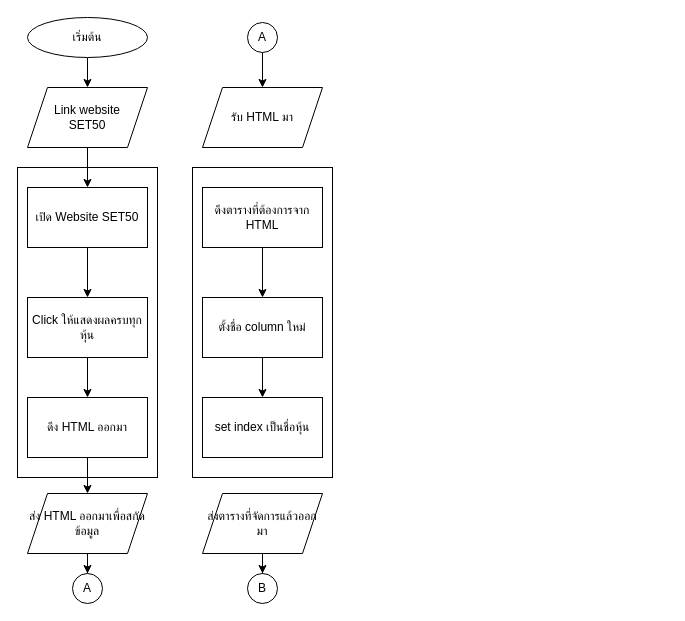
Earlier version of the draw.io diagram ThaiStock01.drawio (PrasertLoprasert/ThaiStock). Source tidied: cells renumbered, new cells numbered last; positions are measured from the earlier drawing's top-left corner, leaving out a move shared by most shapes. Both pictures are drawn from the tidied source at 100%, with x=0, y=0 at pixel (17, 17).
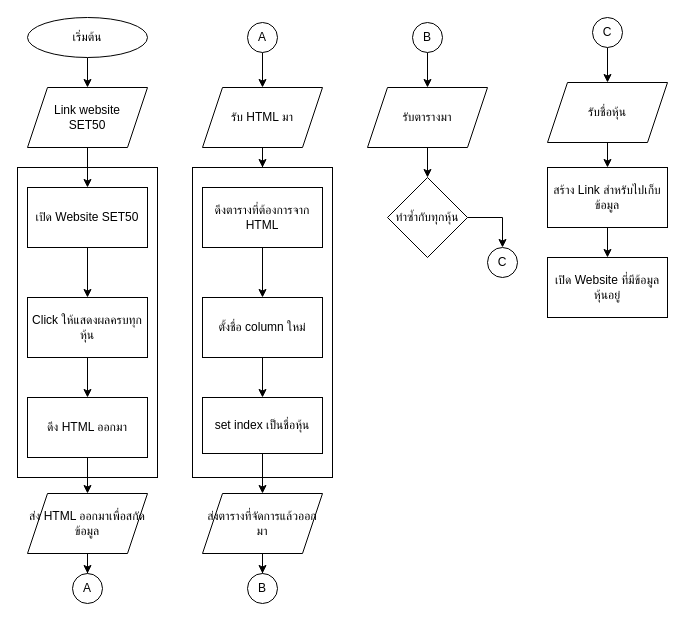
The same page after the edit.

Unchanged cells that the change refers to:
```xml
<mxCell id="18" value="รับ HTML มา" style="shape=parallelogram;perimeter=parallelogramPerimeter;whiteSpace=wrap;html=1;fixedSize=1;" parent="1" vertex="1">
  <mxGeometry x="185" y="70" width="120" height="60" as="geometry" />
</mxCell>
<mxCell id="19" style="rounded=0;whiteSpace=wrap;html=1;" parent="1" vertex="1">
  <mxGeometry x="175" y="150" width="140" height="310" as="geometry" />
</mxCell>
<mxCell id="27" value="ส่งตารางที่จัดการแล้วออกมา" style="shape=parallelogram;perimeter=parallelogramPerimeter;whiteSpace=wrap;html=1;fixedSize=1;rounded=0;" parent="1" vertex="1">
  <mxGeometry x="185" y="476" width="120" height="60" as="geometry" />
</mxCell>
```

The edit, as a diff of the source:
```diff
@@
+    <mxCell id="28" style="edgeStyle=orthogonalEdgeStyle;rounded=0;jettySize=auto;html=1;entryX=0.5;entryY=0;entryDx=0;entryDy=0;" parent="1" edge="1" source="18" target="19">
+      <mxGeometry relative="1" as="geometry" />
+    </mxCell>
@@
+    <mxCell id="29" style="edgeStyle=orthogonalEdgeStyle;rounded=0;jettySize=auto;html=1;" parent="1" edge="1" source="24" target="27">
+      <mxGeometry relative="1" as="geometry" />
+    </mxCell>
     <mxCell id="24" value="set index เป็นชื่อหุ้น" style="whiteSpace=wrap;html=1;rounded=0;" parent="1" vertex="1">
-      <mxGeometry x="185" y="380" width="120" height="60" as="geometry" />
+      <mxGeometry x="185" y="380" width="120" height="56" as="geometry" />
     </mxCell>
@@
+    <mxCell id="30" style="edgeStyle=orthogonalEdgeStyle;rounded=0;jettySize=auto;html=1;" parent="1" edge="1" source="31" target="33">
+      <mxGeometry relative="1" as="geometry" />
+    </mxCell>
+    <mxCell id="31" value="B" style="ellipse;whiteSpace=wrap;html=1;" parent="1" vertex="1">
+      <mxGeometry x="395" y="5" width="30" height="30" as="geometry" />
+    </mxCell>
+    <mxCell id="32" style="edgeStyle=orthogonalEdgeStyle;rounded=0;jettySize=auto;html=1;" parent="1" edge="1" source="33" target="35">
+      <mxGeometry relative="1" as="geometry" />
+    </mxCell>
+    <mxCell id="33" value="รับตารางมา" style="shape=parallelogram;perimeter=parallelogramPerimeter;whiteSpace=wrap;html=1;fixedSize=1;" parent="1" vertex="1">
+      <mxGeometry x="350" y="70" width="120" height="60" as="geometry" />
+    </mxCell>
+    <mxCell id="34" style="edgeStyle=orthogonalEdgeStyle;rounded=0;jettySize=auto;html=1;entryX=0;entryY=0.5;entryDx=0;entryDy=0;" parent="1" edge="1" source="35" target="36">
+      <mxGeometry relative="1" as="geometry" />
+    </mxCell>
+    <mxCell id="35" value="ทำซ้ำกับทุกหุ้น" style="rhombus;whiteSpace=wrap;html=1;" parent="1" vertex="1">
+      <mxGeometry x="370" y="160" width="80" height="80" as="geometry" />
+    </mxCell>
+    <mxCell id="36" value="C" style="ellipse;whiteSpace=wrap;html=1;direction=south;" parent="1" vertex="1">
+      <mxGeometry x="470" y="230" width="30" height="30" as="geometry" />
+    </mxCell>
+    <mxCell id="37" style="edgeStyle=orthogonalEdgeStyle;rounded=0;jettySize=auto;html=1;" parent="1" edge="1" source="38" target="40">
+      <mxGeometry relative="1" as="geometry" />
+    </mxCell>
+    <mxCell id="38" value="C" style="ellipse;whiteSpace=wrap;html=1;" parent="1" vertex="1">
+      <mxGeometry x="575" width="30" height="30" as="geometry" />
+    </mxCell>
+    <mxCell id="39" style="edgeStyle=orthogonalEdgeStyle;rounded=0;jettySize=auto;html=1;" parent="1" edge="1" source="40" target="42">
+      <mxGeometry relative="1" as="geometry" />
+    </mxCell>
+    <mxCell id="40" value="รับชื่อหุ้น" style="shape=parallelogram;perimeter=parallelogramPerimeter;whiteSpace=wrap;html=1;fixedSize=1;" parent="1" vertex="1">
+      <mxGeometry x="530" y="65" width="120" height="60" as="geometry" />
+    </mxCell>
+    <mxCell id="41" style="edgeStyle=orthogonalEdgeStyle;rounded=0;jettySize=auto;html=1;" parent="1" edge="1" source="42" target="43">
+      <mxGeometry relative="1" as="geometry" />
+    </mxCell>
+    <mxCell id="42" value="สร้าง Link สำหรับไปเก็บข้อมูล" style="whiteSpace=wrap;html=1;" parent="1" vertex="1">
+      <mxGeometry x="530" y="150" width="120" height="60" as="geometry" />
+    </mxCell>
+    <mxCell id="43" value="เปิด Website ที่มีข้อมูลหุ้นอยู่" style="whiteSpace=wrap;html=1;" parent="1" vertex="1">
+      <mxGeometry x="530" y="240" width="120" height="60" as="geometry" />
+    </mxCell>
```
